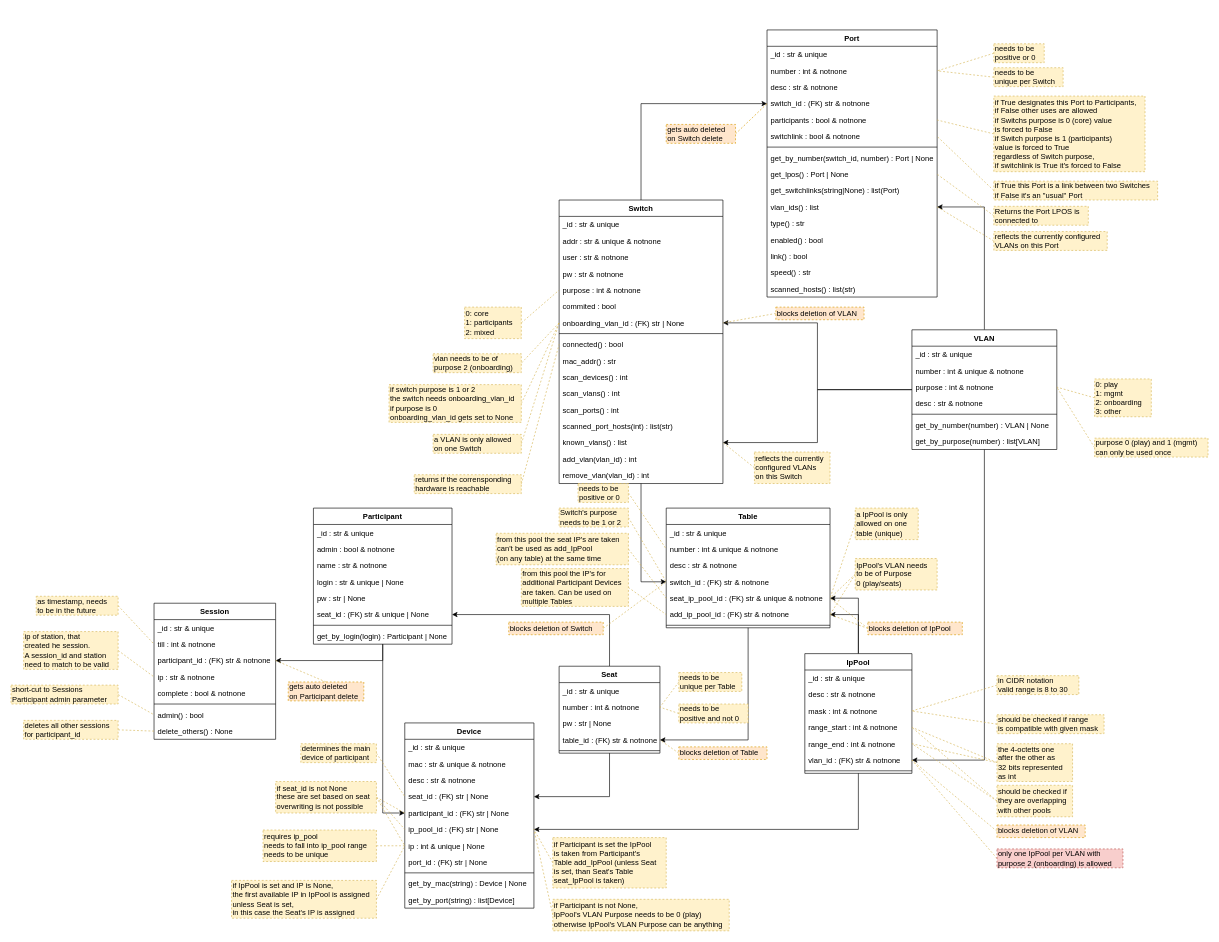
Before: docs/elements_classes.drawio in nils-ost/LanPartyOnboardingSystem, a draw.io diagram. Source tidied: cells renumbered, new cells numbered last; positions are measured from the earlier drawing's top-left corner, leaving out a move shared by most shapes. Both pictures are drawn from the tidied source at 63%, with x=0, y=0 at pixel (11, 30).
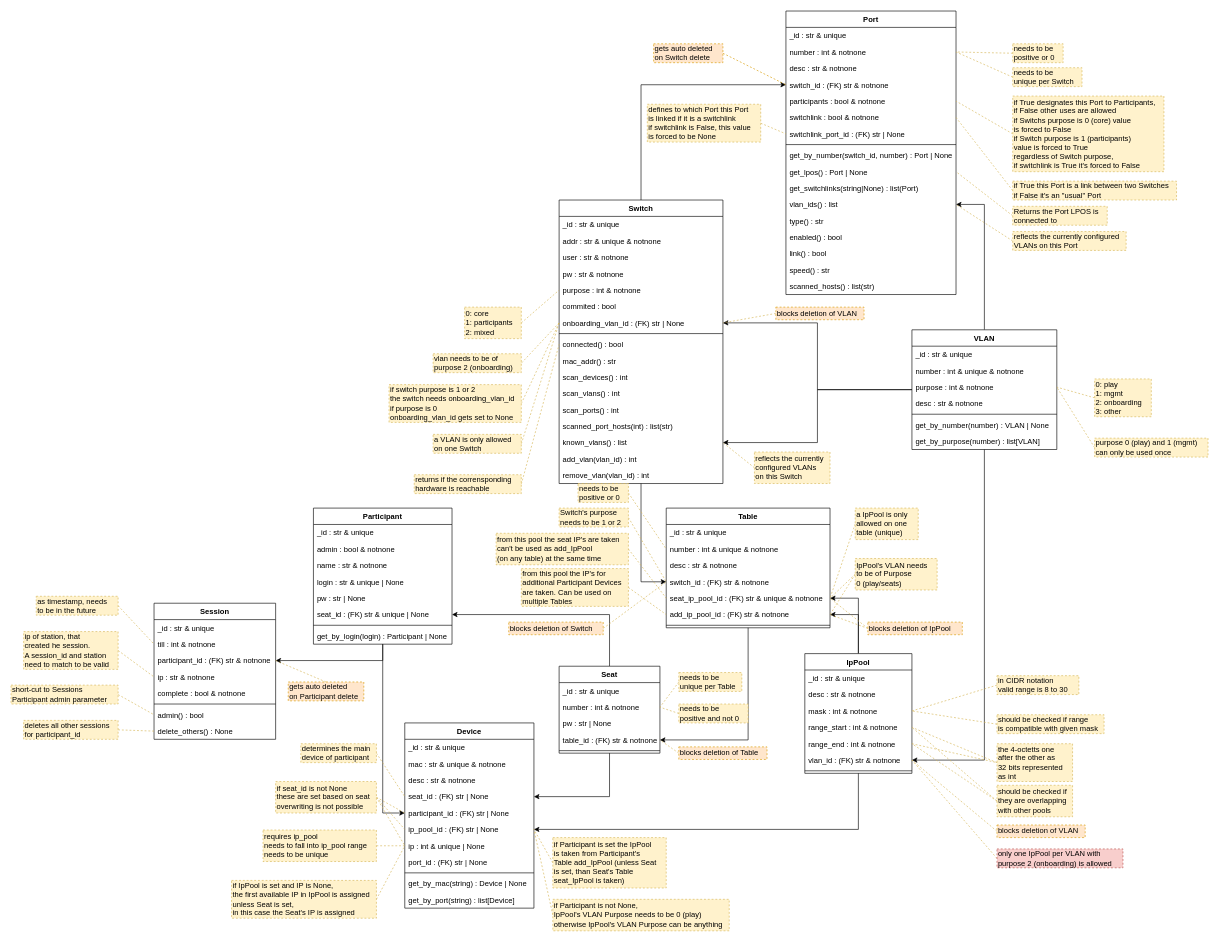
The same diagram, later.

Commit message (it also covers changes not shown here):
added switchlink_port_id to Port to allow the definition of which switch is linkt to switch other

Change to the diagram source:
```diff
@@
     <mxCell id="171" value="Port" style="swimlane;fontStyle=1;align=center;verticalAlign=top;horizontal=1;startSize=26;" parent="1" vertex="1">
-      <mxGeometry x="1200" width="270" height="424" as="geometry" />
+      <mxGeometry x="1230" y="-30" width="270" height="450" as="geometry" />
     </mxCell>
@@
+    <mxCell id="205" value="switchlink_port_id : (FK) str | None" style="text;strokeColor=none;fillColor=none;align=left;verticalAlign=top;spacingLeft=4;spacingRight=4;overflow=hidden;points=[[0,0.5],[1,0.5]];portConstraint=eastwest;" parent="171" vertex="1">
+      <mxGeometry y="182" width="270" height="26" as="geometry" />
+    </mxCell>
     <mxCell id="178" style="line;strokeWidth=1;fillColor=none;align=left;verticalAlign=middle;spacingTop=-1;spacingLeft=3;spacingRight=3;labelPosition=right;" parent="171" vertex="1">
-      <mxGeometry y="182" width="270" height="8" as="geometry" />
+      <mxGeometry y="208" width="270" height="8" as="geometry" />
     </mxCell>
     <mxCell id="179" value="get_by_number(switch_id, number) : Port | None" style="text;align=left;verticalAlign=top;spacingLeft=4;spacingRight=4;overflow=hidden;" parent="171" vertex="1">
-      <mxGeometry y="190" width="270" height="26" as="geometry" />
+      <mxGeometry y="216" width="270" height="26" as="geometry" />
     </mxCell>
     <mxCell id="180" value="get_lpos() : Port | None" style="text;align=left;verticalAlign=top;spacingLeft=4;spacingRight=4;overflow=hidden;points=[[0,0.5],[1,0.5]];portConstraint=eastwest;" parent="171" vertex="1">
-      <mxGeometry y="216" width="270" height="26" as="geometry" />
+      <mxGeometry y="242" width="270" height="26" as="geometry" />
     </mxCell>
     <mxCell id="181" value="get_switchlinks(string|None) : list(Port)" style="text;align=left;verticalAlign=top;spacingLeft=4;spacingRight=4;overflow=hidden;" parent="171" vertex="1">
-      <mxGeometry y="242" width="270" height="26" as="geometry" />
+      <mxGeometry y="268" width="270" height="26" as="geometry" />
     </mxCell>
     <mxCell id="182" value="vlan_ids() : list" style="text;align=left;verticalAlign=top;spacingLeft=4;spacingRight=4;overflow=hidden;points=[[0,0.5],[1,0.5]];portConstraint=eastwest;" parent="171" vertex="1">
-      <mxGeometry y="268" width="270" height="26" as="geometry" />
+      <mxGeometry y="294" width="270" height="26" as="geometry" />
     </mxCell>
     <mxCell id="183" value="type() : str" style="text;align=left;verticalAlign=top;spacingLeft=4;spacingRight=4;overflow=hidden;" parent="171" vertex="1">
-      <mxGeometry y="294" width="270" height="26" as="geometry" />
+      <mxGeometry y="320" width="270" height="26" as="geometry" />
     </mxCell>
     <mxCell id="184" value="enabled() : bool" style="text;align=left;verticalAlign=top;spacingLeft=4;spacingRight=4;overflow=hidden;" parent="171" vertex="1">
-      <mxGeometry y="320" width="270" height="26" as="geometry" />
+      <mxGeometry y="346" width="270" height="26" as="geometry" />
     </mxCell>
     <mxCell id="185" value="link() : bool" style="text;align=left;verticalAlign=top;spacingLeft=4;spacingRight=4;overflow=hidden;" parent="171" vertex="1">
-      <mxGeometry y="346" width="270" height="26" as="geometry" />
+      <mxGeometry y="372" width="270" height="26" as="geometry" />
     </mxCell>
     <mxCell id="186" value="speed() : str" style="text;align=left;verticalAlign=top;spacingLeft=4;spacingRight=4;overflow=hidden;" parent="171" vertex="1">
-      <mxGeometry y="372" width="270" height="26" as="geometry" />
+      <mxGeometry y="398" width="270" height="26" as="geometry" />
     </mxCell>
     <mxCell id="187" value="scanned_hosts() : list(str)" style="text;align=left;verticalAlign=top;spacingLeft=4;spacingRight=4;overflow=hidden;" parent="171" vertex="1">
-      <mxGeometry y="398" width="270" height="26" as="geometry" />
+      <mxGeometry y="424" width="270" height="26" as="geometry" />
     </mxCell>
@@
     <mxCell id="189" value="needs to be&lt;br&gt;unique per Switch" style="rounded=0;whiteSpace=wrap;html=1;fillColor=#fff2cc;strokeColor=#d6b656;dashed=1;align=left;verticalAlign=middle;horizontal=1;labelPosition=center;verticalLabelPosition=middle;" parent="1" vertex="1">
-      <mxGeometry x="1560" y="60" width="110" height="30" as="geometry" />
+      <mxGeometry x="1590" y="60" width="110" height="30" as="geometry" />
     </mxCell>
@@
     <mxCell id="191" value="if True designates this Port to Participants,&lt;br&gt;if False other uses are allowed&lt;br&gt;if Switchs purpose is 0 (core) value&lt;br&gt;is forced to False&lt;br&gt;if Switch purpose is 1 (participants)&lt;br&gt;value is forced to True&lt;br&gt;regardless of Switch purpose,&lt;br&gt;if switchlink is True it's forced to False" style="rounded=0;whiteSpace=wrap;html=1;fillColor=#fff2cc;strokeColor=#d6b656;dashed=1;align=left;verticalAlign=middle;horizontal=1;labelPosition=center;verticalLabelPosition=middle;" parent="1" vertex="1">
-      <mxGeometry x="1560" y="105" width="240" height="120" as="geometry" />
+      <mxGeometry x="1590" y="105" width="240" height="120" as="geometry" />
     </mxCell>
@@
     <mxCell id="193" value="reflects the currently configured&lt;br&gt;VLANs on this Port" style="rounded=0;whiteSpace=wrap;html=1;fillColor=#fff2cc;strokeColor=#d6b656;dashed=1;align=left;verticalAlign=middle;horizontal=1;labelPosition=center;verticalLabelPosition=middle;" parent="1" vertex="1">
-      <mxGeometry x="1560" y="320" width="180" height="30" as="geometry" />
+      <mxGeometry x="1590" y="320" width="180" height="30" as="geometry" />
     </mxCell>
@@
     <mxCell id="198" value="gets auto deleted&lt;br&gt;on Switch delete" style="rounded=0;whiteSpace=wrap;html=1;fillColor=#ffe6cc;strokeColor=#d79b00;dashed=1;align=left;verticalAlign=middle;horizontal=1;labelPosition=center;verticalLabelPosition=middle;" parent="1" vertex="1">
-      <mxGeometry x="1040" y="150" width="110" height="30" as="geometry" />
+      <mxGeometry x="1020" y="22" width="110" height="30" as="geometry" />
     </mxCell>
@@
     <mxCell id="200" value="needs to be&lt;br&gt;positive or 0" style="rounded=0;whiteSpace=wrap;html=1;fillColor=#fff2cc;strokeColor=#d6b656;dashed=1;align=left;verticalAlign=middle;horizontal=1;labelPosition=center;verticalLabelPosition=middle;" parent="1" vertex="1">
-      <mxGeometry x="1560" y="22" width="80" height="30" as="geometry" />
+      <mxGeometry x="1590" y="22" width="80" height="30" as="geometry" />
     </mxCell>
@@
     <mxCell id="202" value="if True this Port is a link between two Switches&lt;br&gt;if False it's an &quot;usual&quot; Port" style="rounded=0;whiteSpace=wrap;html=1;fillColor=#fff2cc;strokeColor=#d6b656;dashed=1;align=left;verticalAlign=middle;horizontal=1;labelPosition=center;verticalLabelPosition=middle;" parent="1" vertex="1">
-      <mxGeometry x="1560" y="240" width="260" height="30" as="geometry" />
+      <mxGeometry x="1590" y="240" width="260" height="30" as="geometry" />
     </mxCell>
@@
     <mxCell id="204" value="Returns the Port LPOS is&lt;br&gt;connected to" style="rounded=0;whiteSpace=wrap;html=1;fillColor=#fff2cc;strokeColor=#d6b656;dashed=1;align=left;verticalAlign=middle;horizontal=1;labelPosition=center;verticalLabelPosition=middle;" parent="1" vertex="1">
-      <mxGeometry x="1560" y="280" width="150" height="30" as="geometry" />
+      <mxGeometry x="1590" y="280" width="150" height="30" as="geometry" />
     </mxCell>
+    <mxCell id="206" style="rounded=0;jettySize=auto;html=1;exitX=1;exitY=0.5;exitDx=0;exitDy=0;entryX=0;entryY=0.5;entryDx=0;entryDy=0;dashed=1;fillColor=#fff2cc;strokeColor=#d6b656;endArrow=none;endFill=0;" parent="1" edge="1" source="207" target="205">
+      <mxGeometry relative="1" as="geometry" />
+    </mxCell>
+    <mxCell id="207" value="defines to which Port this Port&lt;br&gt;is linked if it is a switchlink&lt;br&gt;if switchlink is False, this value&lt;br&gt;is forced to be None" style="rounded=0;whiteSpace=wrap;html=1;fillColor=#fff2cc;strokeColor=#d6b656;dashed=1;align=left;verticalAlign=middle;horizontal=1;labelPosition=center;verticalLabelPosition=middle;" parent="1" vertex="1">
+      <mxGeometry x="1010" y="118" width="180" height="60" as="geometry" />
+    </mxCell>
```
